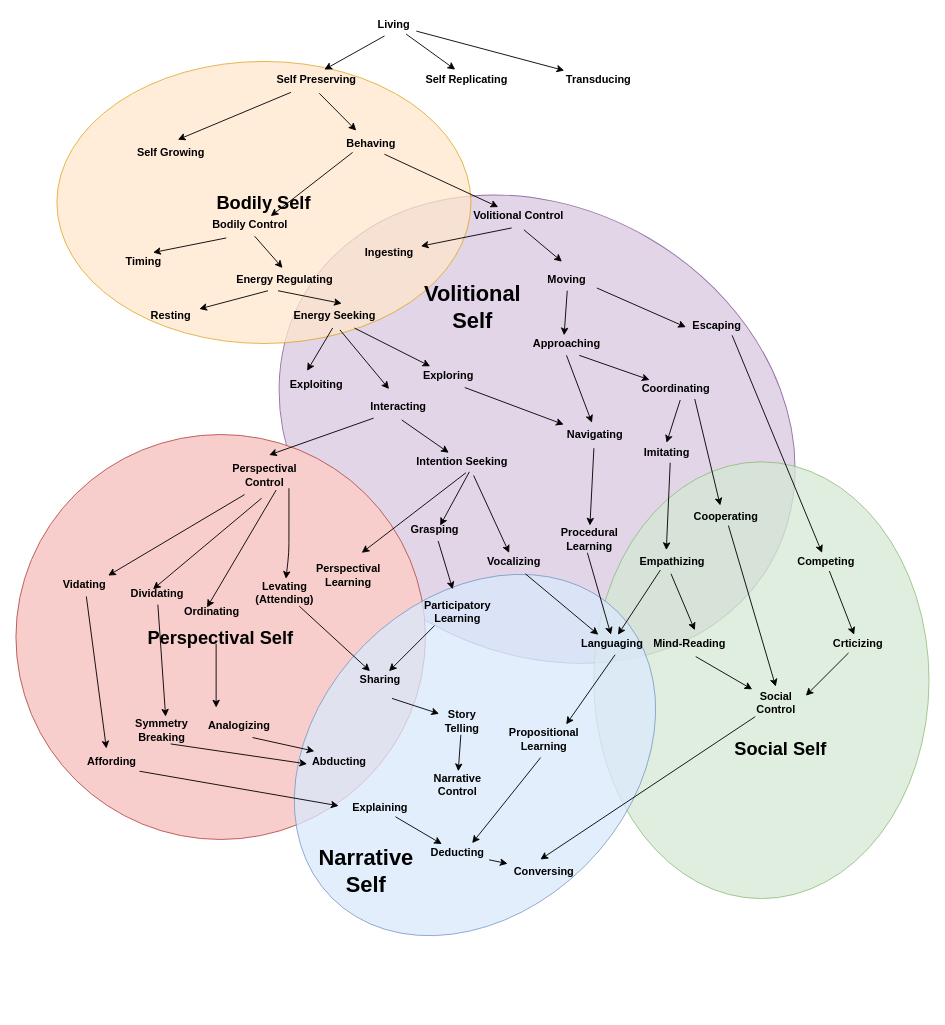
Earlier version of the draw.io diagram self_evolution.drawio (codeaudit/1). Source tidied: cells renumbered, new cells numbered last; positions are measured from the earlier drawing's top-left corner, leaving out a move shared by most shapes. Both pictures are drawn from the tidied source at 91%, with x=0, y=0 at pixel (15, 15).
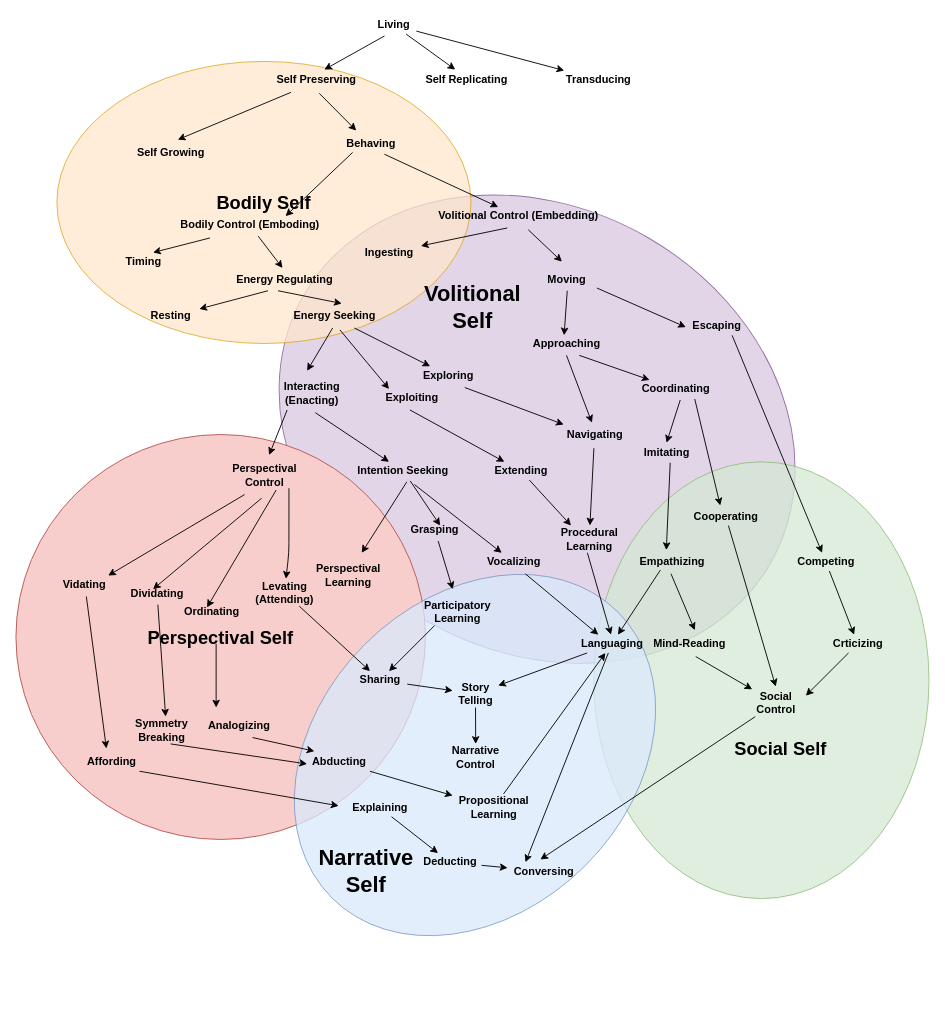
The same page after the edit.

The change refers to these unchanged cells:
```xml
<mxCell id="32" value="Procedural&lt;br&gt;Learning" style="text;html=1;align=center;verticalAlign=middle;points=[];fontStyle=1;" parent="1" vertex="1">
  <mxGeometry x="590" y="560" width="80" height="30" as="geometry" />
</mxCell>
<mxCell id="36" value="Sharing" style="text;html=1;align=center;verticalAlign=middle;points=[];fontStyle=1;" parent="1" vertex="1">
  <mxGeometry x="370" y="720" width="60" height="20" as="geometry" />
</mxCell>
<mxCell id="40" value="Languaging" style="text;html=1;align=center;verticalAlign=middle;points=[];fontStyle=1;" parent="1" vertex="1">
  <mxGeometry x="615" y="680" width="80" height="20" as="geometry" />
</mxCell>
<mxCell id="78" value="Conversing" style="text;html=1;align=center;verticalAlign=middle;points=[];fontStyle=1;" parent="1" vertex="1">
  <mxGeometry x="540.3" y="930" width="80" height="20" as="geometry" />
</mxCell>
<mxCell id="93" value="Abducting" style="text;html=1;align=center;verticalAlign=middle;points=[];fontStyle=1;" parent="1" vertex="1">
  <mxGeometry x="320" y="810" width="70" height="20" as="geometry" />
</mxCell>
```

Diff of the diagram source:
```diff
@@
-    <mxCell id="12" value="Bodily Control" style="text;html=1;align=center;verticalAlign=middle;points=[];fontStyle=1;" parent="1" vertex="1">
-      <mxGeometry x="206.7" y="220" width="100" height="20" as="geometry" />
+    <mxCell id="12" value="Bodily Control (Emboding)" style="text;html=1;align=center;verticalAlign=middle;points=[];fontStyle=1;" parent="1" vertex="1">
+      <mxGeometry x="171.7" y="220" width="170" height="20" as="geometry" />
     </mxCell>
-    <mxCell id="13" value="Volitional Control" style="text;html=1;align=center;verticalAlign=middle;points=[];fontStyle=1;" parent="1" vertex="1">
-      <mxGeometry x="496.6" y="210" width="110" height="20" as="geometry" />
+    <mxCell id="13" value="Volitional Control (Embedding)" style="text;html=1;align=center;verticalAlign=middle;points=[];fontStyle=1;" parent="1" vertex="1">
+      <mxGeometry x="456.6" y="210" width="190" height="20" as="geometry" />
     </mxCell>
     <mxCell id="14" value="Exploiting" style="text;html=1;align=center;verticalAlign=middle;points=[];fontStyle=1;" parent="1" vertex="1">
-      <mxGeometry x="295" y="395" width="70" height="20" as="geometry" />
+      <mxGeometry x="400.3" y="410" width="70" height="20" as="geometry" />
     </mxCell>
@@
-    <mxCell id="16" value="Interacting" style="text;html=1;align=center;verticalAlign=middle;points=[];fontStyle=1;" parent="1" vertex="1">
-      <mxGeometry x="380" y="420" width="80" height="20" as="geometry" />
+    <mxCell id="16" value="Interacting&lt;br&gt;(Enacting)" style="text;html=1;align=center;verticalAlign=middle;points=[];fontStyle=1;" parent="1" vertex="1">
+      <mxGeometry x="285" y="400" width="80" height="30" as="geometry" />
     </mxCell>
@@
     <mxCell id="26" value="Intention Seeking" style="text;html=1;align=center;verticalAlign=middle;points=[];fontStyle=1;" parent="1" vertex="1">
-      <mxGeometry x="430" y="480" width="120" height="20" as="geometry" />
+      <mxGeometry x="365" y="490" width="120" height="20" as="geometry" />
     </mxCell>
@@
     <mxCell id="33" value="Propositional&lt;br&gt;Learning" style="text;html=1;align=center;verticalAlign=middle;points=[];fontStyle=1;" parent="1" vertex="1">
-      <mxGeometry x="535.3" y="780" width="90" height="30" as="geometry" />
+      <mxGeometry x="480" y="855" width="90" height="30" as="geometry" />
     </mxCell>
@@
-    <mxCell id="77" style="endArrow=none;html=1;entryX=0.543;entryY=1.1;entryDx=0;entryDy=0;entryPerimeter=0;exitX=0.771;exitY=-0.05;exitDx=0;exitDy=0;exitPerimeter=0;endFill=0;startArrow=classic;startFill=1;" parent="1" edge="1" source="33" target="40">
-      <mxGeometry relative="1" as="geometry" />
-    </mxCell>
@@
-    <mxCell id="96" style="endArrow=none;html=1;entryX=0.459;entryY=1.167;entryDx=0;entryDy=0;entryPerimeter=0;exitX=0.734;exitY=-0.05;exitDx=0;exitDy=0;exitPerimeter=0;endFill=0;startArrow=classic;startFill=1;" parent="1" edge="1" source="100" target="33">
-      <mxGeometry relative="1" as="geometry" />
-    </mxCell>
@@
     <mxCell id="100" value="&lt;b&gt;Deducting&lt;br&gt;&lt;/b&gt;" style="text;html=1;align=center;verticalAlign=middle;points=[];" parent="1" vertex="1">
-      <mxGeometry x="450" y="910" width="70" height="20" as="geometry" />
+      <mxGeometry x="441.6" y="920" width="70" height="20" as="geometry" />
     </mxCell>
@@
     <mxCell id="105" value="Story&lt;br&gt;Telling" style="text;html=1;align=center;verticalAlign=middle;points=[];fontStyle=1;" parent="1" vertex="1">
-      <mxGeometry x="465" y="760" width="50" height="30" as="geometry" />
+      <mxGeometry x="480" y="730" width="50" height="30" as="geometry" />
     </mxCell>
-    <mxCell id="106" style="endArrow=classic;html=1;" parent="1" edge="1" target="105">
-      <mxGeometry relative="1" as="geometry">
-        <mxPoint x="413.3" y="750" as="sourcePoint" />
-      </mxGeometry>
+    <mxCell id="106" style="endArrow=classic;html=1;" parent="1" edge="1" source="36" target="105">
+      <mxGeometry relative="1" as="geometry" />
     </mxCell>
@@
     <mxCell id="108" value="Narrative&lt;br&gt;Control" style="text;html=1;align=center;verticalAlign=middle;points=[];fontStyle=1;" parent="1" vertex="1">
-      <mxGeometry x="450" y="830" width="70" height="30" as="geometry" />
+      <mxGeometry x="470.3" y="800" width="70" height="30" as="geometry" />
     </mxCell>
@@
+    <mxCell id="77" style="endArrow=classic;html=1;" parent="1" edge="1" source="33" target="40">
+      <mxGeometry relative="1" as="geometry" />
+    </mxCell>
+    <mxCell id="120" style="endArrow=classic;html=1;" parent="1" edge="1" source="93" target="33">
+      <mxGeometry relative="1" as="geometry" />
+    </mxCell>
+    <mxCell id="121" style="endArrow=classic;html=1;" parent="1" edge="1" source="40" target="105">
+      <mxGeometry relative="1" as="geometry" />
+    </mxCell>
+    <mxCell id="122" style="endArrow=classic;html=1;entryX=0.246;entryY=0;entryDx=0;entryDy=0;entryPerimeter=0;" parent="1" edge="1" source="40" target="78">
+      <mxGeometry relative="1" as="geometry" />
+    </mxCell>
+    <mxCell id="123" value="Extending" style="text;html=1;align=center;verticalAlign=middle;points=[];fontStyle=1;" parent="1" vertex="1">
+      <mxGeometry x="520" y="490" width="70" height="20" as="geometry" />
+    </mxCell>
+    <mxCell id="124" style="endArrow=classic;html=1;exitX=0.467;exitY=1.15;exitDx=0;exitDy=0;exitPerimeter=0;" parent="1" edge="1" source="14" target="123">
+      <mxGeometry relative="1" as="geometry" />
+    </mxCell>
+    <mxCell id="125" style="endArrow=classic;html=1;entryX=0.25;entryY=0;entryDx=0;entryDy=0;entryPerimeter=0;" parent="1" edge="1" source="123" target="32">
+      <mxGeometry relative="1" as="geometry" />
+    </mxCell>
```
